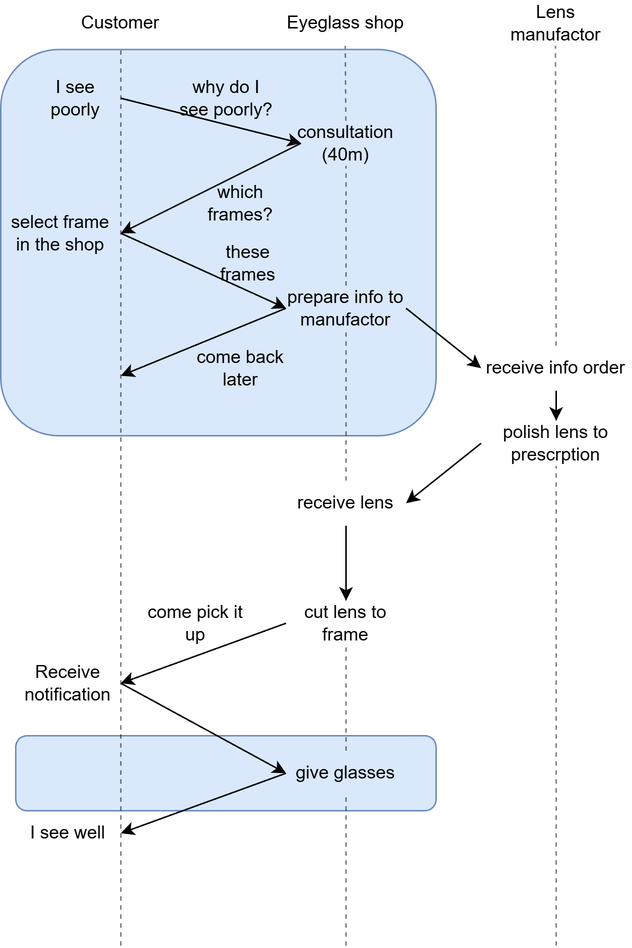
This is images/diagrams/current.drawio.png from ues-if/specification, a draw.io export, as it was before one commit. Source tidied: cells renumbered, new cells last; positions are measured from the earlier drawing's top-left corner, leaving out a move shared by most shapes.
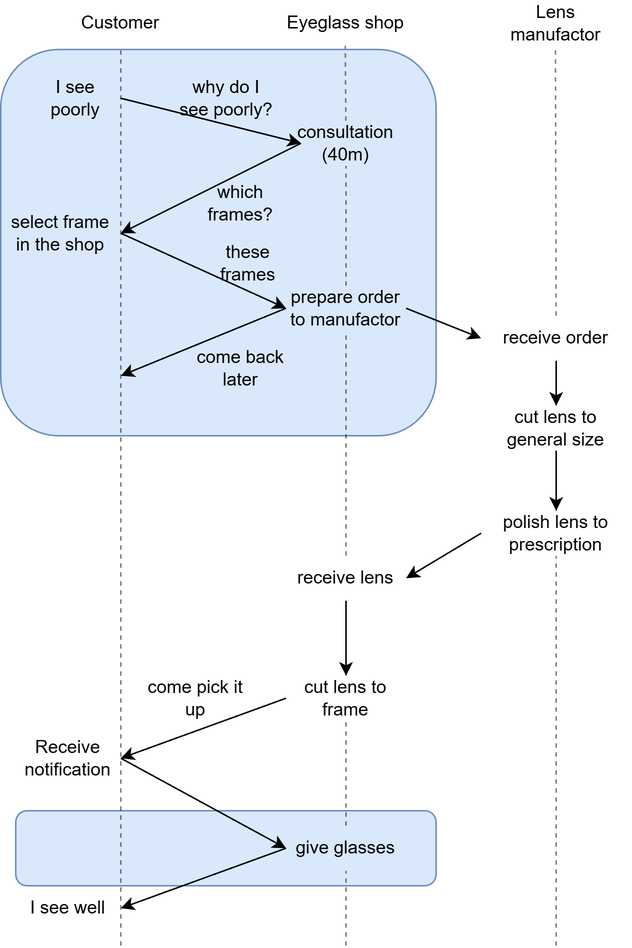
Above is the later version.

Change to the diagram source:
```diff
@@ -3,7 +3,7 @@
     <mxCell id="0" />
     <mxCell id="1" parent="0" />
     <mxCell id="2" style="rounded=1;whiteSpace=wrap;html=1;fillColor=#dae8fc;strokeColor=#6c8ebf;" parent="1" vertex="1">
-      <mxGeometry x="10" y="490" width="280" height="50" as="geometry" />
+      <mxGeometry x="10" y="540" width="280" height="50" as="geometry" />
     </mxCell>
     <mxCell id="3" style="rounded=1;whiteSpace=wrap;html=1;fillColor=#dae8fc;strokeColor=#6c8ebf;" parent="1" vertex="1">
       <mxGeometry y="32.5" width="290" height="257.5" as="geometry" />
@@ -59,7 +59,7 @@
     <mxCell id="18" style="edgeStyle=none;html=1;exitX=1;exitY=0.5;exitDx=0;exitDy=0;entryX=0;entryY=0.5;entryDx=0;entryDy=0;" parent="1" edge="1" source="23" target="42">
       <mxGeometry relative="1" as="geometry" />
     </mxCell>
-    <mxCell id="19" style="edgeStyle=none;html=1;exitX=0;exitY=0.5;exitDx=0;exitDy=0;entryX=1;entryY=0.5;entryDx=0;entryDy=0;" parent="1" edge="1" source="39" target="28">
+    <mxCell id="19" style="edgeStyle=none;html=1;exitX=0;exitY=0.5;exitDx=0;exitDy=0;entryX=1;entryY=0.5;entryDx=0;entryDy=0;" parent="1" edge="1" source="45" target="28">
       <mxGeometry relative="1" as="geometry" />
     </mxCell>
     <mxCell id="20" style="endArrow=none;html=1;entryX=0.5;entryY=1;entryDx=0;entryDy=0;dashed=1;opacity=50;" parent="1" edge="1" source="23" target="21">
@@ -71,7 +71,7 @@
     <mxCell id="22" style="endArrow=none;html=1;entryX=0.5;entryY=1;entryDx=0;entryDy=0;dashed=1;opacity=50;" parent="1" edge="1" source="28" target="23">
       <mxGeometry relative="1" as="geometry" />
     </mxCell>
-    <mxCell id="23" value="prepare info to manufactor" style="text;html=1;align=center;verticalAlign=middle;whiteSpace=wrap;rounded=0;" parent="1" vertex="1">
+    <mxCell id="23" value="prepare order to manufactor" style="text;html=1;align=center;verticalAlign=middle;whiteSpace=wrap;rounded=0;" parent="1" vertex="1">
       <mxGeometry x="190" y="190" width="80" height="30" as="geometry" />
     </mxCell>
     <mxCell id="24" style="edgeStyle=none;html=1;exitX=0;exitY=0.5;exitDx=0;exitDy=0;" parent="1" edge="1" source="23">
@@ -89,7 +89,7 @@
       <mxGeometry relative="1" as="geometry" />
     </mxCell>
     <mxCell id="28" value="receive lens" style="text;html=1;align=center;verticalAlign=middle;whiteSpace=wrap;rounded=0;" parent="1" vertex="1">
-      <mxGeometry x="190" y="320" width="80" height="30" as="geometry" />
+      <mxGeometry x="190" y="370" width="80" height="30" as="geometry" />
     </mxCell>
     <mxCell id="29" style="endArrow=none;html=1;entryX=0.5;entryY=1;entryDx=0;entryDy=0;dashed=1;opacity=50;" parent="1" edge="1" source="35" target="31">
       <mxGeometry relative="1" as="geometry" />
@@ -98,10 +98,10 @@
       <mxGeometry relative="1" as="geometry" />
     </mxCell>
     <mxCell id="31" value="cut lens to frame" style="text;html=1;align=center;verticalAlign=middle;whiteSpace=wrap;rounded=0;" parent="1" vertex="1">
-      <mxGeometry x="190" y="400" width="80" height="30" as="geometry" />
+      <mxGeometry x="190" y="450" width="80" height="30" as="geometry" />
     </mxCell>
     <mxCell id="32" value="come pick it up" style="text;html=1;align=center;verticalAlign=middle;whiteSpace=wrap;rounded=0;" parent="1" vertex="1">
-      <mxGeometry x="90" y="400" width="80" height="30" as="geometry" />
+      <mxGeometry x="90" y="450" width="80" height="30" as="geometry" />
     </mxCell>
     <mxCell id="33" style="edgeStyle=none;html=1;entryX=0;entryY=0.5;entryDx=0;entryDy=0;exitX=1;exitY=0.5;exitDx=0;exitDy=0;" parent="1" edge="1" source="43" target="35">
       <mxGeometry relative="1" as="geometry" />
@@ -112,21 +112,19 @@
       </mxGeometry>
     </mxCell>
     <mxCell id="35" value="give glasses" style="text;html=1;align=center;verticalAlign=middle;whiteSpace=wrap;rounded=0;" parent="1" vertex="1">
-      <mxGeometry x="190" y="500" width="80" height="30" as="geometry" />
+      <mxGeometry x="190" y="550" width="80" height="30" as="geometry" />
     </mxCell>
     <mxCell id="36" style="edgeStyle=none;html=1;exitX=0;exitY=0.5;exitDx=0;exitDy=0;entryX=1;entryY=0.5;entryDx=0;entryDy=0;" parent="1" edge="1" source="35" target="37">
       <mxGeometry relative="1" as="geometry" />
     </mxCell>
     <mxCell id="37" value="I see well" style="text;html=1;align=center;verticalAlign=middle;whiteSpace=wrap;rounded=0;" parent="1" vertex="1">
-      <mxGeometry x="10" y="540" width="70" height="30" as="geometry" />
+      <mxGeometry x="10" y="590" width="70" height="30" as="geometry" />
     </mxCell>
-    <mxCell id="38" style="endArrow=none;html=1;entryX=0.5;entryY=1;entryDx=0;entryDy=0;dashed=1;opacity=50;" parent="1" edge="1" target="39">
-      <mxGeometry relative="1" as="geometry">
-        <mxPoint x="370" y="630" as="sourcePoint" />
-      </mxGeometry>
+    <mxCell id="38" style="endArrow=none;html=1;entryX=0.5;entryY=1;entryDx=0;entryDy=0;dashed=1;opacity=50;" parent="1" edge="1" source="45" target="39">
+      <mxGeometry relative="1" as="geometry" />
     </mxCell>
-    <mxCell id="39" value="polish lens to prescrption" style="text;html=1;align=center;verticalAlign=middle;whiteSpace=wrap;rounded=0;" parent="1" vertex="1">
-      <mxGeometry x="320" y="280" width="100" height="30" as="geometry" />
+    <mxCell id="39" value="cut lens to general size" style="text;html=1;align=center;verticalAlign=middle;whiteSpace=wrap;rounded=0;" parent="1" vertex="1">
+      <mxGeometry x="320" y="270" width="100" height="30" as="geometry" />
     </mxCell>
     <mxCell id="40" style="endArrow=none;html=1;entryX=0.5;entryY=1;entryDx=0;entryDy=0;dashed=1;opacity=50;" parent="1" edge="1" source="39" target="42">
       <mxGeometry relative="1" as="geometry" />
@@ -134,11 +132,22 @@
     <mxCell id="41" style="edgeStyle=none;html=1;exitX=0.5;exitY=1;exitDx=0;exitDy=0;entryX=0.5;entryY=0;entryDx=0;entryDy=0;" parent="1" edge="1" source="42" target="39">
       <mxGeometry relative="1" as="geometry" />
     </mxCell>
-    <mxCell id="42" value="receive info order" style="text;html=1;align=center;verticalAlign=middle;whiteSpace=wrap;rounded=0;" parent="1" vertex="1">
-      <mxGeometry x="320" y="230" width="100" height="30" as="geometry" />
+    <mxCell id="42" value="receive order" style="text;html=1;align=center;verticalAlign=middle;whiteSpace=wrap;rounded=0;" parent="1" vertex="1">
+      <mxGeometry x="320" y="210" width="100" height="30" as="geometry" />
     </mxCell>
     <mxCell id="43" value="Receive notification" style="text;html=1;align=center;verticalAlign=middle;whiteSpace=wrap;rounded=0;" parent="1" vertex="1">
-      <mxGeometry x="10" y="440" width="70" height="30" as="geometry" />
+      <mxGeometry x="10" y="490" width="70" height="30" as="geometry" />
     </mxCell>
+    <mxCell id="44" style="endArrow=none;html=1;entryX=0.5;entryY=1;entryDx=0;entryDy=0;dashed=1;opacity=50;" parent="1" edge="1" target="45">
+      <mxGeometry relative="1" as="geometry">
+        <mxPoint x="370" y="630" as="sourcePoint" />
+      </mxGeometry>
+    </mxCell>
+    <mxCell id="45" value="polish lens to prescription" style="text;html=1;align=center;verticalAlign=middle;whiteSpace=wrap;rounded=0;" parent="1" vertex="1">
+      <mxGeometry x="320" y="340" width="100" height="30" as="geometry" />
+    </mxCell>
+    <mxCell id="46" style="edgeStyle=none;html=1;exitX=0.5;exitY=1;exitDx=0;exitDy=0;entryX=0.5;entryY=0;entryDx=0;entryDy=0;" parent="1" edge="1" source="39" target="45">
+      <mxGeometry relative="1" as="geometry" />
+    </mxCell>
   </root>
 </mxGraphModel>
```
